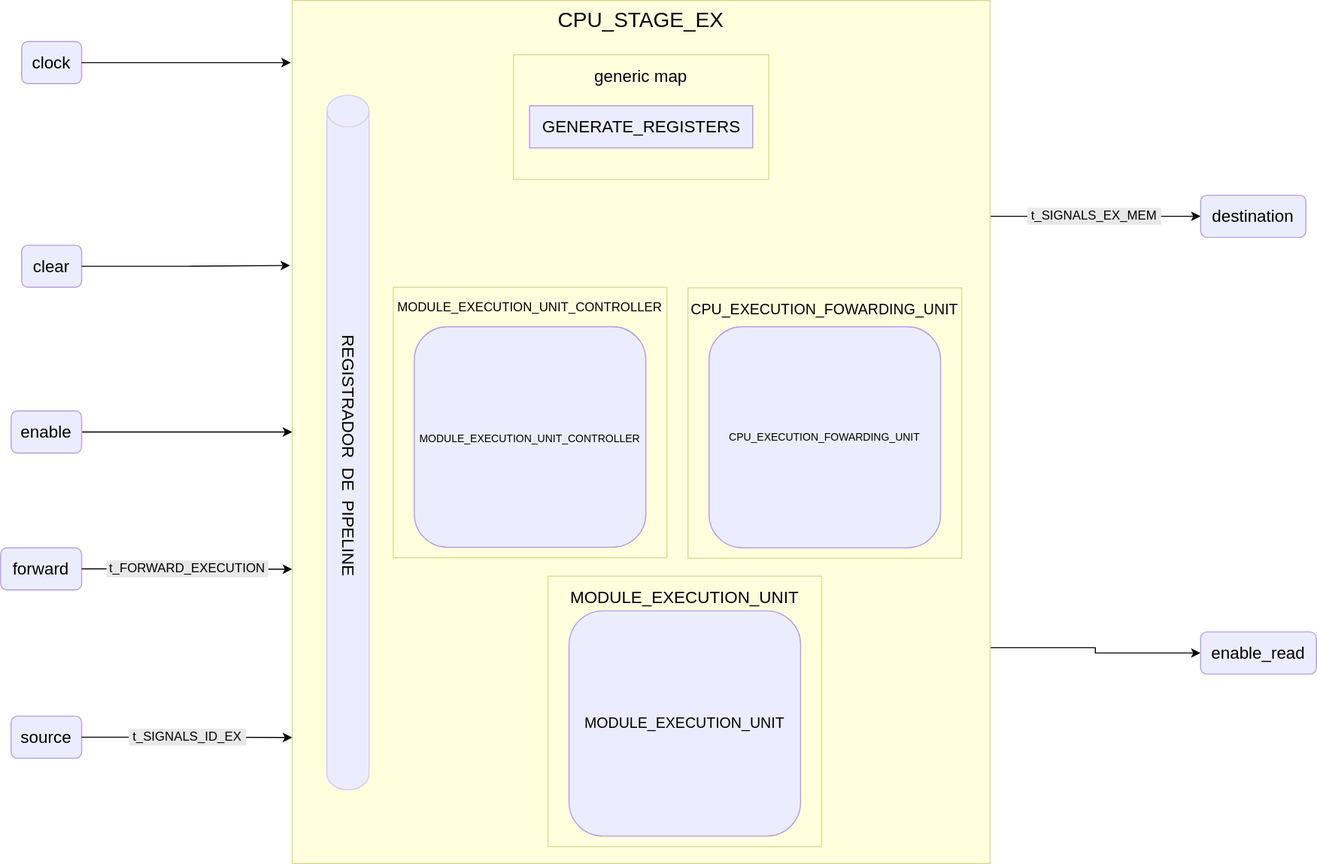
Earlier version of the draw.io export public/images/reference/report_components/cpu_stage_ex.drawio.svg (insper-riscv/docs). Source tidied: cells renumbered, new cells last; positions are measured from the earlier drawing's top-left corner, leaving out a move shared by most shapes.
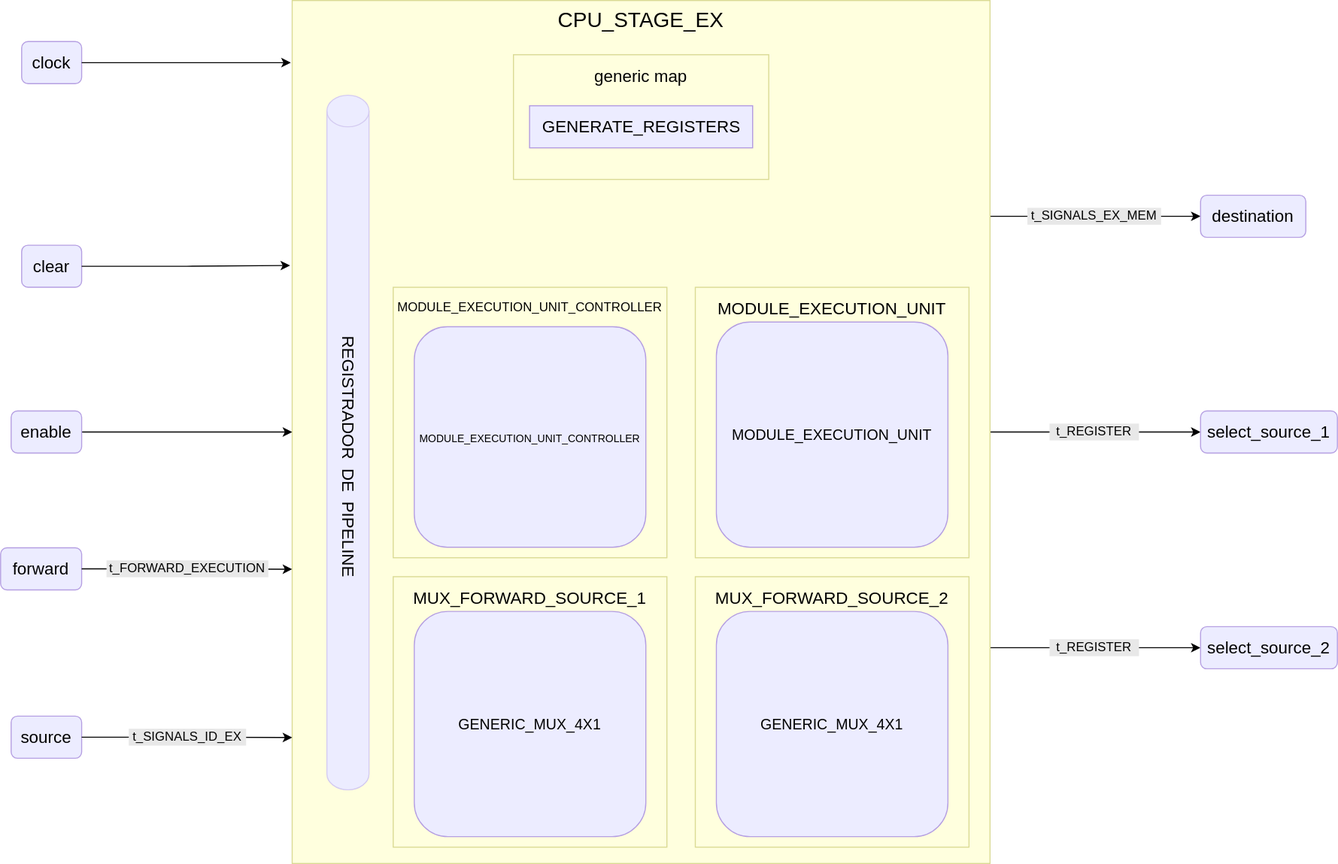
After the change.

Change to the diagram source:
```diff
@@ -5,9 +5,12 @@
     <mxCell id="2" style="edgeStyle=orthogonalEdgeStyle;rounded=0;jettySize=auto;html=1;entryX=0;entryY=0.5;entryDx=0;entryDy=0;exitX=1;exitY=0.25;exitDx=0;exitDy=0;" parent="1" edge="1" source="4" target="18">
       <mxGeometry relative="1" as="geometry" />
     </mxCell>
-    <mxCell id="3" style="edgeStyle=orthogonalEdgeStyle;rounded=0;jettySize=auto;html=1;entryX=0;entryY=0.5;entryDx=0;entryDy=0;exitX=1;exitY=0.75;exitDx=0;exitDy=0;" parent="1" edge="1" source="4" target="28">
-      <mxGeometry relative="1" as="geometry" />
-    </mxCell>
+    <mxCell id="29" style="edgeStyle=orthogonalEdgeStyle;rounded=0;jettySize=auto;html=1;exitX=1;exitY=0.5;exitDx=0;exitDy=0;entryX=0;entryY=0.5;entryDx=0;entryDy=0;" parent="1" edge="1" source="4" target="31">
+      <mxGeometry relative="1" as="geometry" />
+    </mxCell>
+    <mxCell id="30" style="edgeStyle=orthogonalEdgeStyle;rounded=0;jettySize=auto;html=1;exitX=1;exitY=0.75;exitDx=0;exitDy=0;entryX=0;entryY=0.5;entryDx=0;entryDy=0;" parent="1" edge="1" source="4" target="32">
+      <mxGeometry relative="1" as="geometry" />
+    </mxCell>
     <mxCell id="4" value="CPU_STAGE_EX" style="rounded=0;whiteSpace=wrap;html=1;fillColor=#ffffde;strokeColor=#dada94;verticalAlign=top;fontSize=20;" parent="1" vertex="1">
       <mxGeometry x="277" width="663" height="820" as="geometry" />
     </mxCell>
@@ -32,20 +35,14 @@
     <mxCell id="11" value="&lt;span style=&quot;font-size: 12px;&quot;&gt;MODULE_EXECUTION_UNIT_CONTROLLER&lt;/span&gt;" style="rounded=0;whiteSpace=wrap;html=1;fillColor=#ffffde;strokeColor=#dada94;verticalAlign=top;fontSize=12;spacingTop=5;" parent="1" vertex="1">
       <mxGeometry x="373" y="272.5" width="260" height="257" as="geometry" />
     </mxCell>
-    <mxCell id="12" value="&lt;font style=&quot;font-size: 14px;&quot;&gt;CPU_EXECUTION_FOWARDING_UNIT&lt;/font&gt;" style="rounded=0;whiteSpace=wrap;html=1;fillColor=#ffffde;strokeColor=#dada94;verticalAlign=top;fontSize=20;" parent="1" vertex="1">
-      <mxGeometry x="653" y="273" width="260" height="257" as="geometry" />
-    </mxCell>
-    <mxCell id="13" value="CPU_EXECUTION_FOWARDING_UNIT" style="rounded=1;whiteSpace=wrap;html=1;fillColor=#ececff;strokeColor=#b59fe2;fontSize=10;" parent="1" vertex="1">
-      <mxGeometry x="673" y="310" width="220" height="210" as="geometry" />
-    </mxCell>
     <mxCell id="14" value="&lt;font style=&quot;font-size: 10px;&quot;&gt;MODULE_EXECUTION_UNIT_CONTROLLER&lt;/font&gt;" style="rounded=1;whiteSpace=wrap;html=1;fillColor=#ececff;strokeColor=#b59fe2;fontSize=14;" parent="1" vertex="1">
       <mxGeometry x="393" y="310" width="220" height="209.5" as="geometry" />
     </mxCell>
     <mxCell id="15" value="&lt;span style=&quot;font-size: 16px;&quot;&gt;MODULE_EXECUTION_UNIT&lt;/span&gt;" style="rounded=0;whiteSpace=wrap;html=1;fillColor=#ffffde;strokeColor=#dada94;verticalAlign=top;fontSize=20;" parent="1" vertex="1">
-      <mxGeometry x="520" y="547" width="260" height="257" as="geometry" />
+      <mxGeometry x="660" y="272.5" width="260" height="257" as="geometry" />
     </mxCell>
     <mxCell id="16" value="MODULE_EXECUTION_UNIT" style="rounded=1;whiteSpace=wrap;html=1;fillColor=#ececff;strokeColor=#b59fe2;fontSize=14;" parent="1" vertex="1">
-      <mxGeometry x="540" y="580" width="220" height="214" as="geometry" />
+      <mxGeometry x="680" y="305.5" width="220" height="214" as="geometry" />
     </mxCell>
     <mxCell id="17" value="source" style="rounded=1;whiteSpace=wrap;html=1;fillColor=#ececff;strokeColor=#b59fe2;fontSize=16;" parent="1" vertex="1">
       <mxGeometry x="10" y="680" width="67" height="40" as="geometry" />
@@ -80,8 +77,29 @@
     <mxCell id="27" value="t_FORWARD_EXECUTION" style="rounded=0;whiteSpace=wrap;html=1;fillColor=#e8e8e8;strokeColor=#e8e8e8;" parent="1" vertex="1">
       <mxGeometry x="101.1" y="532.5" width="152.8" height="15" as="geometry" />
     </mxCell>
-    <mxCell id="28" value="enable_read" style="rounded=1;whiteSpace=wrap;html=1;fillColor=#ececff;strokeColor=#b59fe2;fontSize=16;" parent="1" vertex="1">
-      <mxGeometry x="1140" y="600" width="110" height="40" as="geometry" />
-    </mxCell>
+    <mxCell id="31" value="select_source_1" style="rounded=1;whiteSpace=wrap;html=1;fillColor=#ececff;strokeColor=#b59fe2;fontSize=16;" parent="1" vertex="1">
+      <mxGeometry x="1140" y="390" width="130" height="40" as="geometry" />
+    </mxCell>
+    <mxCell id="32" value="select_source_2" style="rounded=1;whiteSpace=wrap;html=1;fillColor=#ececff;strokeColor=#b59fe2;fontSize=16;" parent="1" vertex="1">
+      <mxGeometry x="1140" y="595" width="130" height="40" as="geometry" />
+    </mxCell>
+    <mxCell id="33" value="t_REGISTER" style="rounded=0;whiteSpace=wrap;html=1;fillColor=#e8e8e8;strokeColor=#e8e8e8;" parent="1" vertex="1">
+      <mxGeometry x="997" y="402.5" width="84" height="15" as="geometry" />
+    </mxCell>
+    <mxCell id="34" value="t_REGISTER" style="rounded=0;whiteSpace=wrap;html=1;fillColor=#e8e8e8;strokeColor=#e8e8e8;" parent="1" vertex="1">
+      <mxGeometry x="997" y="607.5" width="84" height="15" as="geometry" />
+    </mxCell>
+    <mxCell id="35" value="&lt;span style=&quot;font-size: 16px;&quot;&gt;MUX_FORWARD_SOURCE_2&lt;/span&gt;" style="rounded=0;whiteSpace=wrap;html=1;fillColor=#ffffde;strokeColor=#dada94;verticalAlign=top;fontSize=20;" parent="1" vertex="1">
+      <mxGeometry x="660" y="547.5" width="260" height="257" as="geometry" />
+    </mxCell>
+    <mxCell id="36" value="GENERIC_MUX_4X1" style="rounded=1;whiteSpace=wrap;html=1;fillColor=#ececff;strokeColor=#b59fe2;fontSize=14;" parent="1" vertex="1">
+      <mxGeometry x="680" y="580.5" width="220" height="214" as="geometry" />
+    </mxCell>
+    <mxCell id="37" value="&lt;span style=&quot;font-size: 16px;&quot;&gt;MUX_FORWARD_SOURCE_1&lt;/span&gt;" style="rounded=0;whiteSpace=wrap;html=1;fillColor=#ffffde;strokeColor=#dada94;verticalAlign=top;fontSize=20;" parent="1" vertex="1">
+      <mxGeometry x="373" y="547.5" width="260" height="257" as="geometry" />
+    </mxCell>
+    <mxCell id="38" value="GENERIC_MUX_4X1" style="rounded=1;whiteSpace=wrap;html=1;fillColor=#ececff;strokeColor=#b59fe2;fontSize=14;" parent="1" vertex="1">
+      <mxGeometry x="393" y="580.5" width="220" height="214" as="geometry" />
+    </mxCell>
   </root>
 </mxGraphModel>
```
